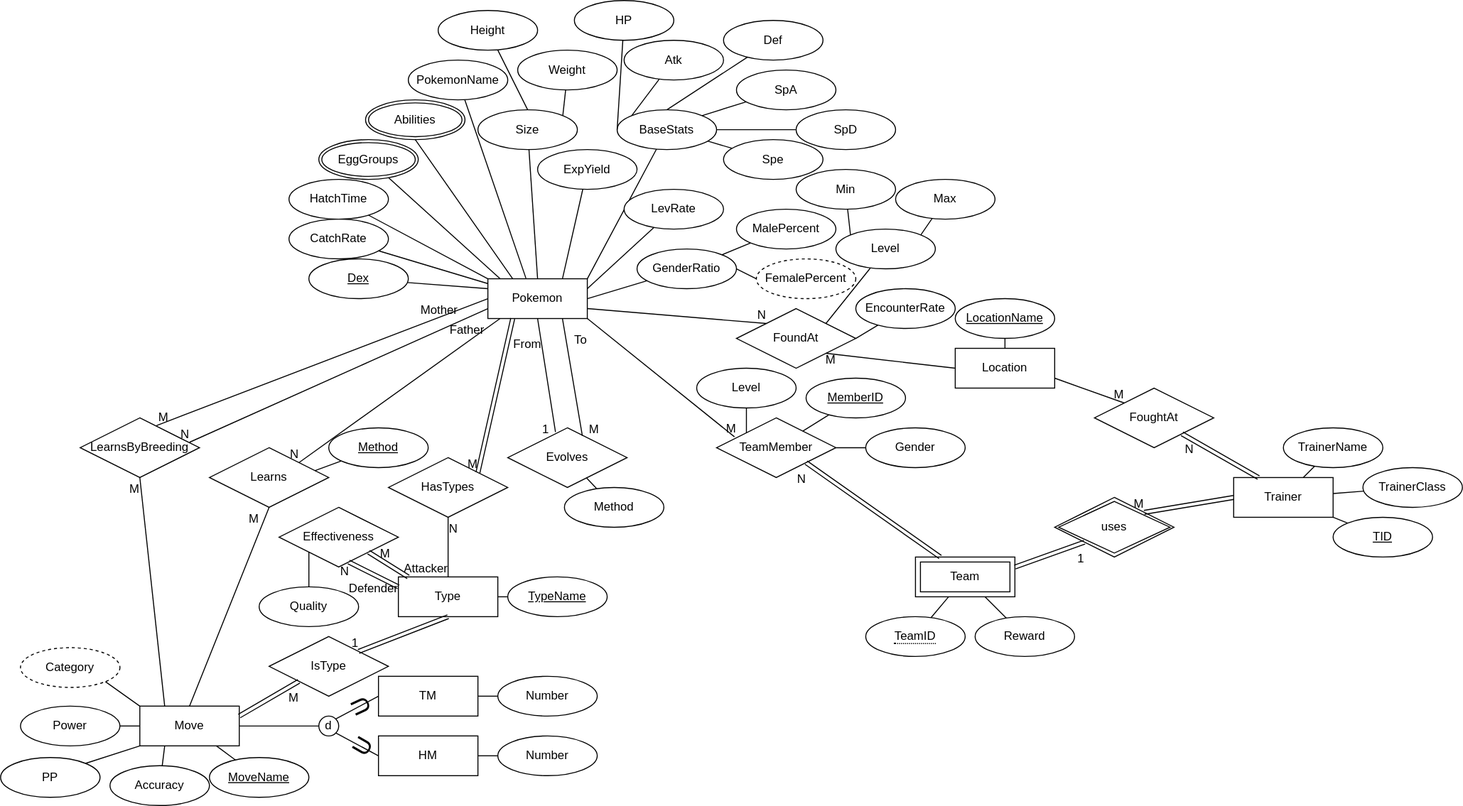
This is diagrams/EER.svg from JacobJanzen/J5-Pocket-Monsters-Database, a draw.io export, as it was before one commit. Source tidied: cells renumbered, new cells last; positions are measured from the earlier drawing's top-left corner, leaving out a move shared by most shapes.
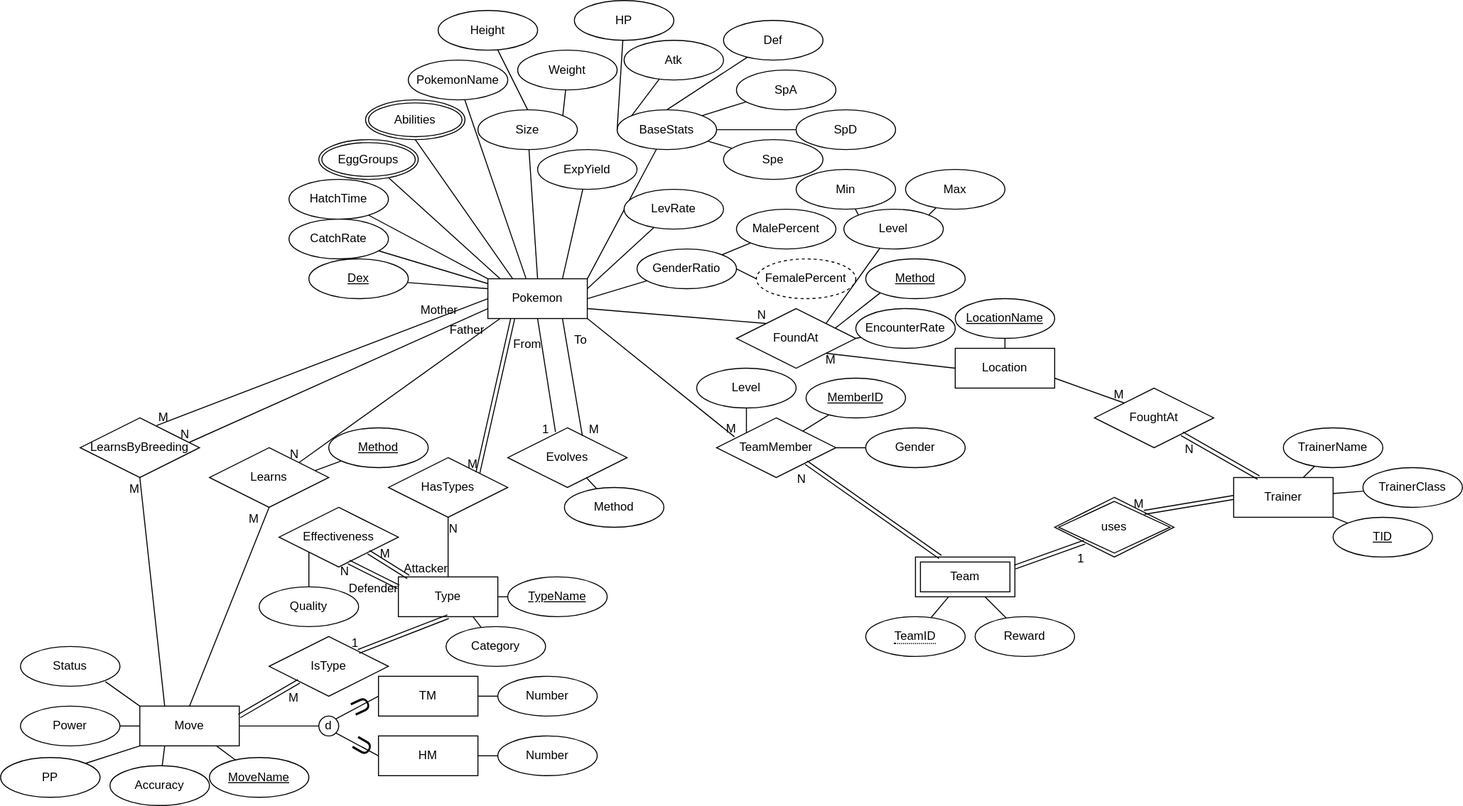
After the commit.

Diff of the diagram source:
```diff
@@ -346,13 +346,13 @@
       <mxGeometry relative="1" as="geometry" />
     </mxCell>
     <mxCell id="111" value="Level" style="ellipse;whiteSpace=wrap;html=1;align=center;" parent="1" vertex="1">
-      <mxGeometry x="840" y="230" width="100" height="40" as="geometry" />
+      <mxGeometry x="848" y="210" width="100" height="40" as="geometry" />
     </mxCell>
     <mxCell id="112" style="edgeStyle=none;rounded=0;jettySize=auto;html=1;entryX=1;entryY=0.5;entryDx=0;entryDy=0;endArrow=none;endFill=0;" parent="1" edge="1" source="113" target="90">
       <mxGeometry relative="1" as="geometry" />
     </mxCell>
     <mxCell id="113" value="EncounterRate" style="ellipse;whiteSpace=wrap;html=1;align=center;" parent="1" vertex="1">
-      <mxGeometry x="860" y="290" width="100" height="40" as="geometry" />
+      <mxGeometry x="860" y="310" width="100" height="40" as="geometry" />
     </mxCell>
     <mxCell id="114" style="edgeStyle=none;rounded=0;jettySize=auto;html=1;entryX=0;entryY=0;entryDx=0;entryDy=0;endArrow=none;endFill=0;" parent="1" edge="1" source="115" target="111">
       <mxGeometry relative="1" as="geometry" />
@@ -364,7 +364,7 @@
       <mxGeometry relative="1" as="geometry" />
     </mxCell>
     <mxCell id="117" value="Max" style="ellipse;whiteSpace=wrap;html=1;align=center;" parent="1" vertex="1">
-      <mxGeometry x="900" y="180" width="100" height="40" as="geometry" />
+      <mxGeometry x="910" y="170" width="100" height="40" as="geometry" />
     </mxCell>
     <mxCell id="118" value="HasTypes" style="shape=rhombus;perimeter=rhombusPerimeter;whiteSpace=wrap;html=1;align=center;" parent="1" vertex="1">
       <mxGeometry x="390" y="460" width="120" height="60" as="geometry" />
@@ -517,12 +517,11 @@
         <mxPoint y="10" as="offset" />
       </mxGeometry>
     </mxCell>
-    <mxCell id="159" style="rounded=0;jettySize=auto;html=1;exitX=1;exitY=1;exitDx=0;exitDy=0;entryX=0;entryY=0;entryDx=0;entryDy=0;endArrow=none;endFill=0;" parent="1" edge="1" source="160" target="49">
-      <mxGeometry relative="1" as="geometry" />
+    <mxCell id="159" style="rounded=0;jettySize=auto;html=1;exitX=1;exitY=1;exitDx=0;exitDy=0;entryX=0;entryY=0;entryDx=0;entryDy=0;endArrow=none;endFill=0;" parent="1" edge="1" target="49">
+      <mxGeometry relative="1" as="geometry">
+        <mxPoint x="105.4" y="685.3" as="sourcePoint" />
+      </mxGeometry>
     </mxCell>
-    <mxCell id="160" value="Category" style="ellipse;whiteSpace=wrap;html=1;align=center;dashed=1;" parent="1" vertex="1">
-      <mxGeometry x="20" y="651.2" width="100" height="40" as="geometry" />
-    </mxCell>
     <mxCell id="161" style="edgeStyle=none;rounded=0;jettySize=auto;html=1;exitX=1;exitY=0;exitDx=0;exitDy=0;entryX=0;entryY=1;entryDx=0;entryDy=0;endArrow=none;endFill=0;" parent="1" edge="1" source="162" target="49">
       <mxGeometry relative="1" as="geometry" />
     </mxCell>
@@ -532,5 +531,20 @@
     <mxCell id="163" value="Method" style="ellipse;whiteSpace=wrap;html=1;align=center;fontStyle=4;" parent="1" vertex="1">
       <mxGeometry x="330" y="430" width="100" height="40" as="geometry" />
     </mxCell>
+    <mxCell id="164" style="rounded=0;jettySize=auto;html=1;entryX=0.75;entryY=1;entryDx=0;entryDy=0;endArrow=none;endFill=0;" parent="1" edge="1" source="160" target="46">
+      <mxGeometry relative="1" as="geometry" />
+    </mxCell>
+    <mxCell id="160" value="Category" style="ellipse;whiteSpace=wrap;html=1;align=center;" parent="1" vertex="1">
+      <mxGeometry x="448" y="630" width="100" height="40" as="geometry" />
+    </mxCell>
+    <mxCell id="165" value="Status" style="ellipse;whiteSpace=wrap;html=1;align=center;" parent="1" vertex="1">
+      <mxGeometry x="20" y="650" width="100" height="40" as="geometry" />
+    </mxCell>
+    <mxCell id="166" style="edgeStyle=none;rounded=0;jettySize=auto;html=1;entryX=0.825;entryY=0.333;entryDx=0;entryDy=0;entryPerimeter=0;endArrow=none;endFill=0;exitX=0;exitY=1;exitDx=0;exitDy=0;" parent="1" edge="1" source="167" target="90">
+      <mxGeometry relative="1" as="geometry" />
+    </mxCell>
+    <mxCell id="167" value="Method" style="ellipse;whiteSpace=wrap;html=1;align=center;fontStyle=4;" parent="1" vertex="1">
+      <mxGeometry x="870" y="260" width="100" height="40" as="geometry" />
+    </mxCell>
   </root>
 </mxGraphModel>
```
